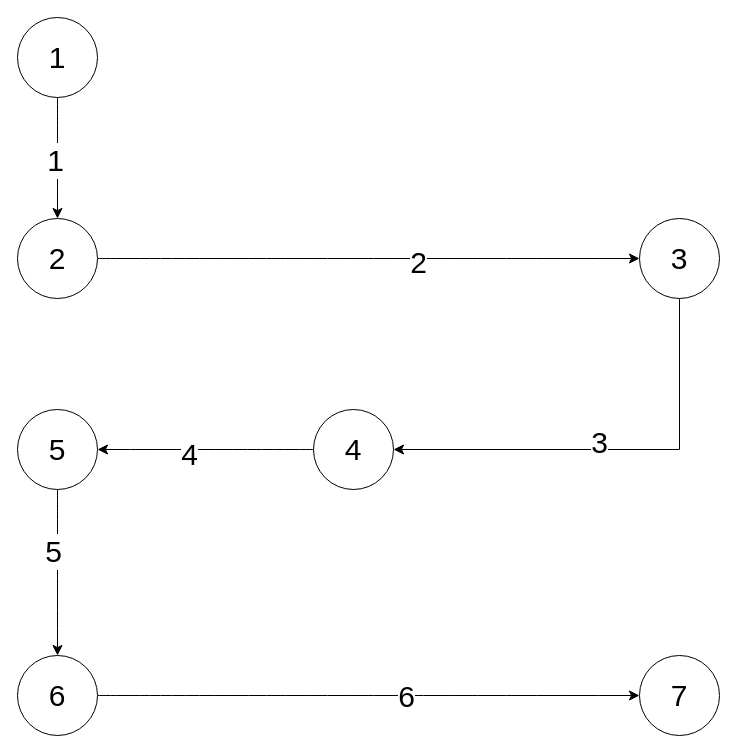
AmirRazer/DrawIoErd keeps this draw.io diagram as page "Setting" (4 of 5) of white box.drawio. Above is the earlier version. Source tidied: cells renumbered, new cells numbered last; positions are measured from the earlier drawing's top-left corner, leaving out a move shared by most shapes. Both pictures are drawn from the tidied source at 100%, with x=0, y=0 at pixel (17, 17).
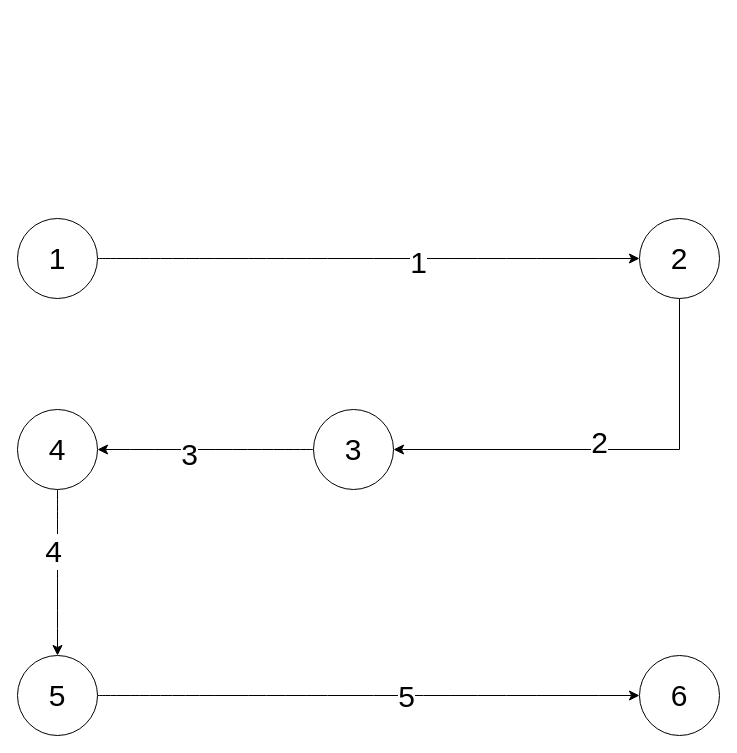
After the change.

The change refers to these unchanged cells:
```xml
<mxCell id="5" style="edgeStyle=none;curved=1;rounded=0;jettySize=auto;html=1;entryX=0;entryY=0.5;entryDx=0;entryDy=0;fontSize=30;startSize=8;endSize=8;" parent="1" edge="1" source="7" target="10">
  <mxGeometry relative="1" as="geometry" />
</mxCell>
<mxCell id="8" style="edgeStyle=none;curved=0;rounded=0;jettySize=auto;html=1;entryX=1;entryY=0.5;entryDx=0;entryDy=0;fontSize=30;startSize=8;endSize=8;" parent="1" edge="1" source="10" target="13">
  <mxGeometry relative="1" as="geometry">
    <Array as="points">
      <mxPoint x="662" y="432" />
    </Array>
  </mxGeometry>
</mxCell>
<mxCell id="11" style="edgeStyle=none;curved=1;rounded=0;jettySize=auto;html=1;entryX=1;entryY=0.5;entryDx=0;entryDy=0;fontSize=30;startSize=8;endSize=8;" parent="1" edge="1" source="13" target="16">
  <mxGeometry relative="1" as="geometry" />
</mxCell>
<mxCell id="14" style="edgeStyle=none;curved=1;rounded=0;jettySize=auto;html=1;entryX=0.5;entryY=0;entryDx=0;entryDy=0;fontSize=30;startSize=8;endSize=8;" parent="1" edge="1" source="16" target="19">
  <mxGeometry relative="1" as="geometry" />
</mxCell>
<mxCell id="17" style="edgeStyle=none;curved=1;rounded=0;jettySize=auto;html=1;entryX=0;entryY=0.5;entryDx=0;entryDy=0;fontSize=30;startSize=8;endSize=8;" parent="1" edge="1" source="19" target="20">
  <mxGeometry relative="1" as="geometry" />
</mxCell>
```

Diff of the diagram source:
```diff
@@
-    <mxCell id="2" style="edgeStyle=none;curved=1;rounded=0;jettySize=auto;html=1;fontSize=30;startSize=8;endSize=8;" parent="1" edge="1" source="4" target="7">
-      <mxGeometry relative="1" as="geometry" />
-    </mxCell>
-    <mxCell id="3" value="1" style="edgeLabel;html=1;align=center;verticalAlign=middle;fontSize=30;" parent="2" vertex="1">
-      <mxGeometry x="0.03" y="-3" relative="1" as="geometry" />
-    </mxCell>
-    <mxCell id="4" value="1" style="ellipse;whiteSpace=wrap;html=1;fontSize=30;" parent="1" vertex="1">
-      <mxGeometry width="80" height="80" as="geometry" />
-    </mxCell>
@@
-    <mxCell id="6" value="2" style="edgeLabel;html=1;align=center;verticalAlign=middle;fontSize=30;" parent="5" vertex="1">
+    <mxCell id="6" value="1" style="edgeLabel;html=1;align=center;verticalAlign=middle;fontSize=30;" parent="5" vertex="1">
       <mxGeometry x="0.19" y="-3" relative="1" as="geometry">
         <mxPoint x="-1" as="offset" />
       </mxGeometry>
     </mxCell>
-    <mxCell id="7" value="2" style="ellipse;whiteSpace=wrap;html=1;fontSize=30;" parent="1" vertex="1">
+    <mxCell id="7" value="1" style="ellipse;whiteSpace=wrap;html=1;fontSize=30;" parent="1" vertex="1">
       <mxGeometry y="201" width="80" height="80" as="geometry" />
     </mxCell>
@@
-    <mxCell id="9" value="3" style="edgeLabel;html=1;align=center;verticalAlign=middle;fontSize=30;" parent="8" vertex="1">
+    <mxCell id="9" value="2" style="edgeLabel;html=1;align=center;verticalAlign=middle;fontSize=30;" parent="8" vertex="1">
       <mxGeometry x="0.06" y="-8" relative="1" as="geometry" />
     </mxCell>
-    <mxCell id="10" value="3" style="ellipse;whiteSpace=wrap;html=1;fontSize=30;" parent="1" vertex="1">
+    <mxCell id="10" value="2" style="ellipse;whiteSpace=wrap;html=1;fontSize=30;" parent="1" vertex="1">
       <mxGeometry x="622" y="201" width="80" height="80" as="geometry" />
     </mxCell>
@@
-    <mxCell id="12" value="4" style="edgeLabel;html=1;align=center;verticalAlign=middle;fontSize=30;" parent="11" vertex="1">
+    <mxCell id="12" value="3" style="edgeLabel;html=1;align=center;verticalAlign=middle;fontSize=30;" parent="11" vertex="1">
       <mxGeometry x="0.15" y="4" relative="1" as="geometry">
         <mxPoint x="-1" as="offset" />
       </mxGeometry>
     </mxCell>
-    <mxCell id="13" value="4" style="ellipse;whiteSpace=wrap;html=1;fontSize=30;" parent="1" vertex="1">
+    <mxCell id="13" value="3" style="ellipse;whiteSpace=wrap;html=1;fontSize=30;" parent="1" vertex="1">
       <mxGeometry x="296" y="392" width="80" height="80" as="geometry" />
     </mxCell>
@@
-    <mxCell id="15" value="5" style="edgeLabel;html=1;align=center;verticalAlign=middle;fontSize=30;" parent="14" vertex="1">
+    <mxCell id="15" value="4" style="edgeLabel;html=1;align=center;verticalAlign=middle;fontSize=30;" parent="14" vertex="1">
       <mxGeometry x="-0.27" y="-5" relative="1" as="geometry" />
     </mxCell>
-    <mxCell id="16" value="5" style="ellipse;whiteSpace=wrap;html=1;fontSize=30;" parent="1" vertex="1">
+    <mxCell id="16" value="4" style="ellipse;whiteSpace=wrap;html=1;fontSize=30;" parent="1" vertex="1">
       <mxGeometry y="392" width="80" height="80" as="geometry" />
     </mxCell>
@@
-    <mxCell id="18" value="6" style="edgeLabel;html=1;align=center;verticalAlign=middle;fontSize=30;" parent="17" vertex="1">
+    <mxCell id="18" value="5" style="edgeLabel;html=1;align=center;verticalAlign=middle;fontSize=30;" parent="17" vertex="1">
       <mxGeometry x="0.14" relative="1" as="geometry">
         <mxPoint x="-1" as="offset" />
       </mxGeometry>
     </mxCell>
-    <mxCell id="19" value="6" style="ellipse;whiteSpace=wrap;html=1;fontSize=30;" parent="1" vertex="1">
+    <mxCell id="19" value="5" style="ellipse;whiteSpace=wrap;html=1;fontSize=30;" parent="1" vertex="1">
       <mxGeometry y="638" width="80" height="80" as="geometry" />
     </mxCell>
-    <mxCell id="20" value="7" style="ellipse;whiteSpace=wrap;html=1;fontSize=30;" parent="1" vertex="1">
+    <mxCell id="20" value="6" style="ellipse;whiteSpace=wrap;html=1;fontSize=30;" parent="1" vertex="1">
       <mxGeometry x="622" y="638" width="80" height="80" as="geometry" />
     </mxCell>
```
